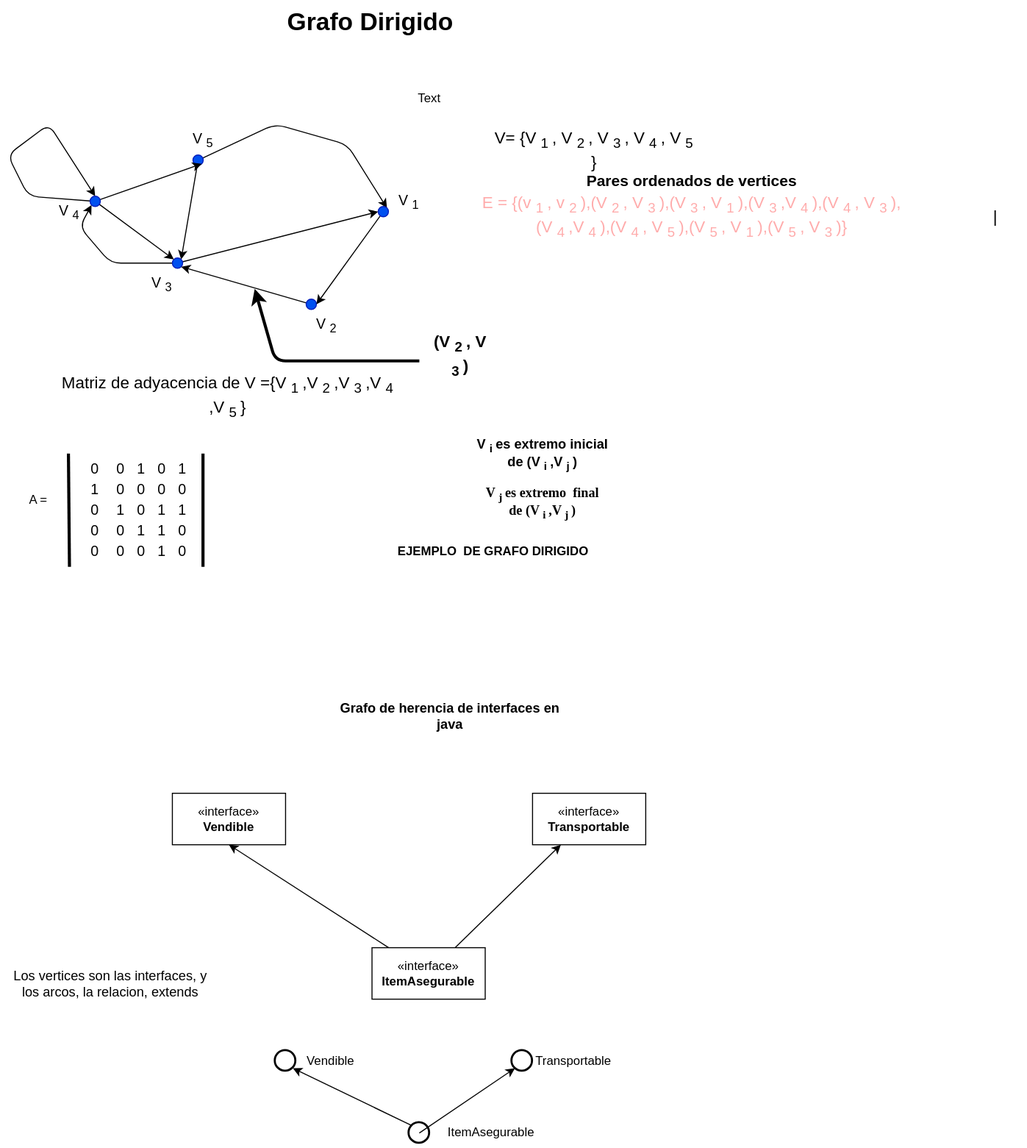
This is Estructura-de-datos/Grafos/Grafo-dir.drawio.svg from Nordcode-cyber/Algoritmos-Estructdatos, a draw.io export, as it was before one commit. Source tidied: cells renumbered, new cells last; positions are measured from the earlier drawing's top-left corner, leaving out a move shared by most shapes.
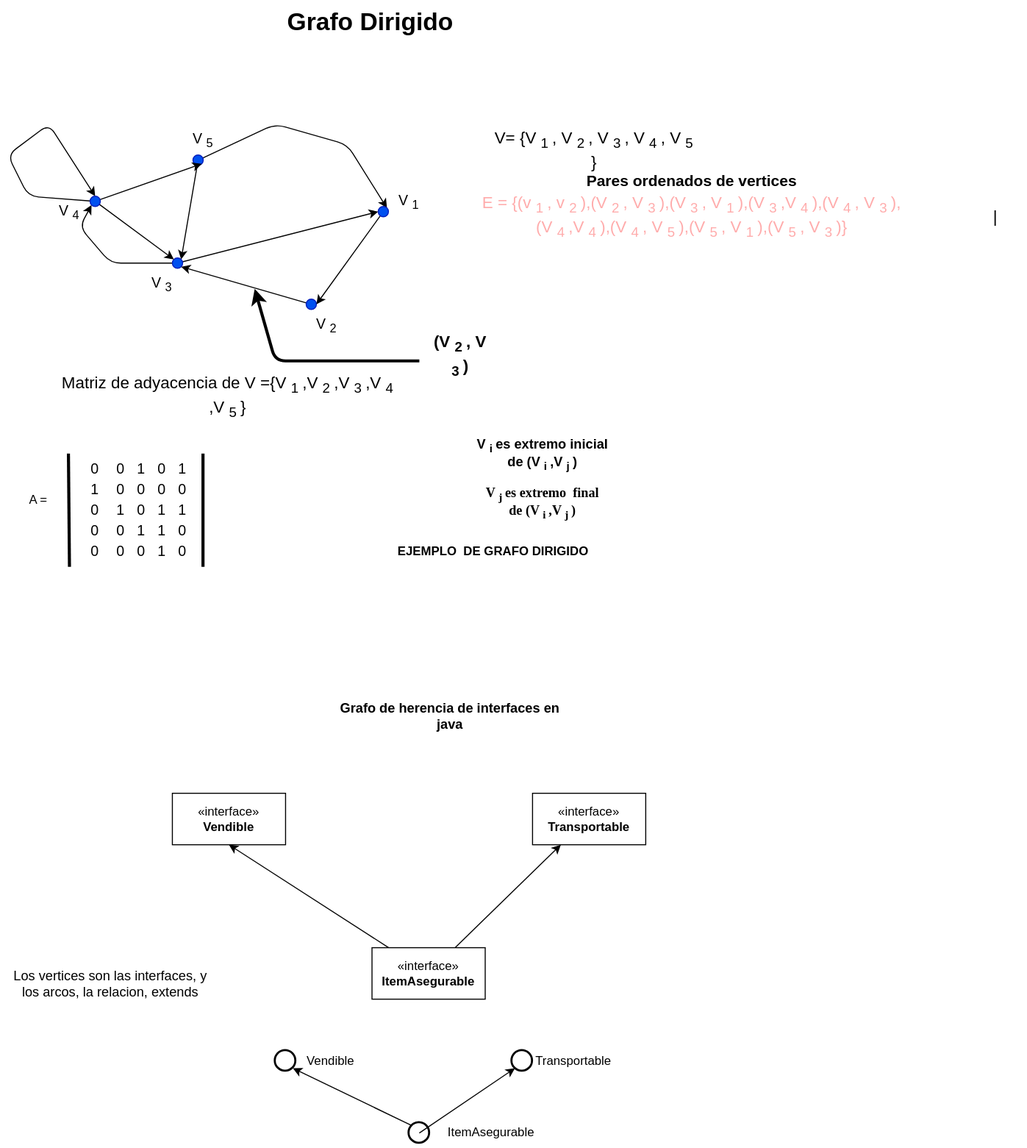
After the commit.

The edit, as a diff of the source:
```diff
@@ -246,9 +246,6 @@
     <mxCell id="72" value="«interface»&lt;br&gt;&lt;b&gt;Transportable&lt;/b&gt;" style="html=1;whiteSpace=wrap;" parent="1" vertex="1">
       <mxGeometry x="510" y="770" width="110" height="50" as="geometry" />
     </mxCell>
-    <mxCell id="73" value="Text" style="text;html=1;whiteSpace=wrap;strokeColor=none;fillColor=none;align=center;verticalAlign=middle;rounded=0;" parent="1" vertex="1">
-      <mxGeometry x="380" y="80" width="60" height="30" as="geometry" />
-    </mxCell>
     <mxCell id="74" value="&lt;font style=&quot;font-size: 16px; color: light-dark(rgb(0, 0, 0), rgb(204, 0, 0));&quot;&gt;|&lt;/font&gt;" style="text;html=1;whiteSpace=wrap;strokeColor=none;fillColor=none;align=center;verticalAlign=middle;rounded=0;" parent="1" vertex="1">
       <mxGeometry x="930" y="195" width="60" height="30" as="geometry" />
     </mxCell>
```
